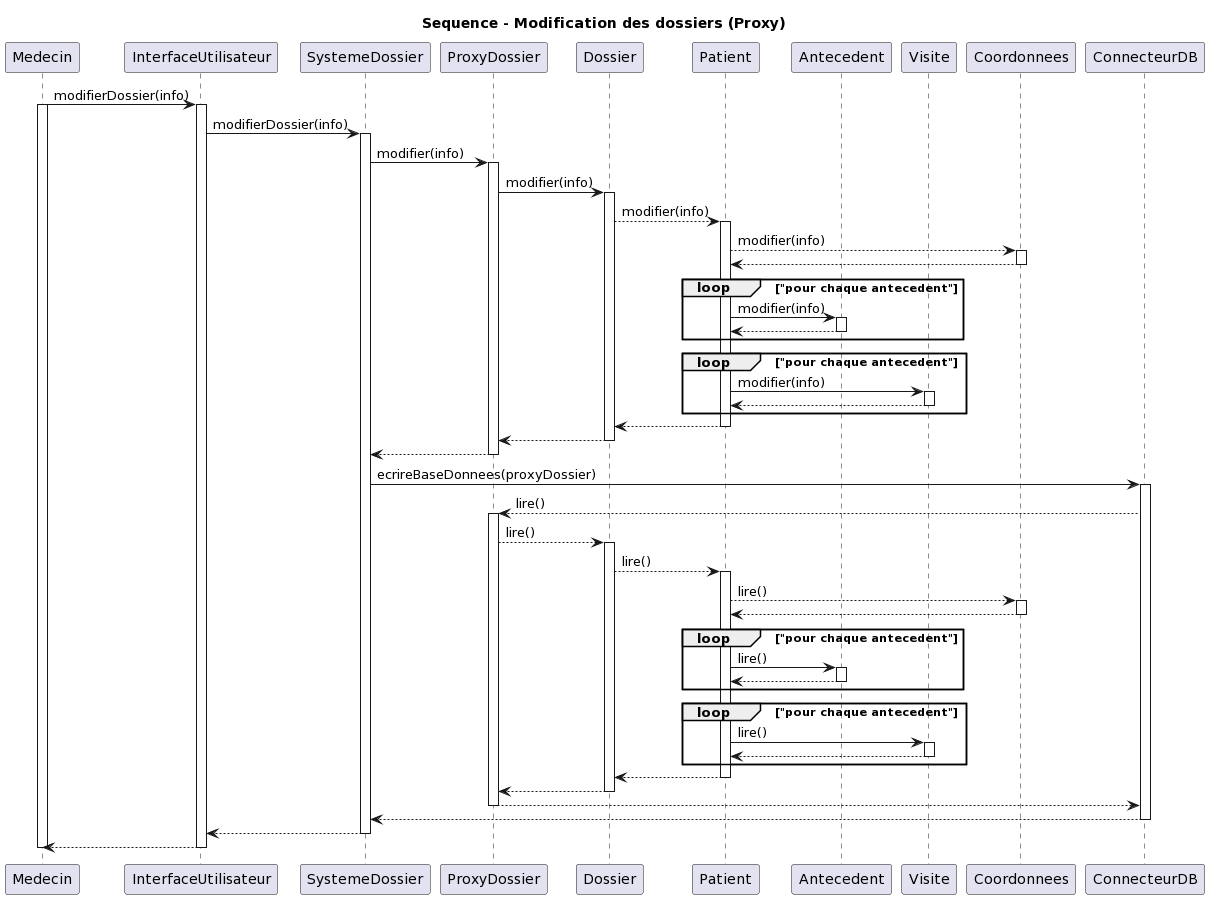
Earlier version of the PlantUML export diagrammes/PROXYSEQ.png (vbrayuqam/projet-genielog). Its diagram source:
```plantuml
@startuml
title Sequence - Modification des dossiers (Proxy)

participant Medecin as M
participant InterfaceUtilisateur as U
participant SystemeDossier as S
participant ProxyDossier as PD
participant Dossier as D
participant Patient as P
participant Antecedent as A
participant Visite as V
participant Coordonnees as C
participant ConnecteurDB as DB


M -> U: modifierDossier(info)
activate M
activate U
U -> S: modifierDossier(info)
activate S
S -> PD: modifier(info)
activate PD
PD -> D: modifier(info)
activate D
D --> P: modifier(info)
activate P
P --> C: modifier(info)
activate C
C --> P
deactivate C

loop "pour chaque antecedent"
  P -> A: modifier(info)
  activate A
  A --> P
  deactivate A
end loop

loop "pour chaque antecedent"
  P -> V: modifier(info)
  activate V
  V --> P
  deactivate V
end loop

P --> D
deactivate P
D --> PD
deactivate D
PD --> S
deactivate PD
S -> DB: ecrireBaseDonnees(proxyDossier)
activate DB
DB --> PD: lire()
activate PD
PD --> D: lire()
activate D



D --> P: lire()
activate P
P --> C: lire()
activate C
C --> P
deactivate C

loop "pour chaque antecedent"
  P -> A: lire()
  activate A
  A --> P
  deactivate A
end loop

loop "pour chaque antecedent"
  P -> V: lire()
  activate V
  V --> P
  deactivate V
end loop

P --> D
deactivate P
D --> PD
deactivate D
PD --> DB
deactivate PD


DB --> S
deactivate DB
S --> U
deactivate S
U --> M
deactivate U
deactivate M
@enduml
```
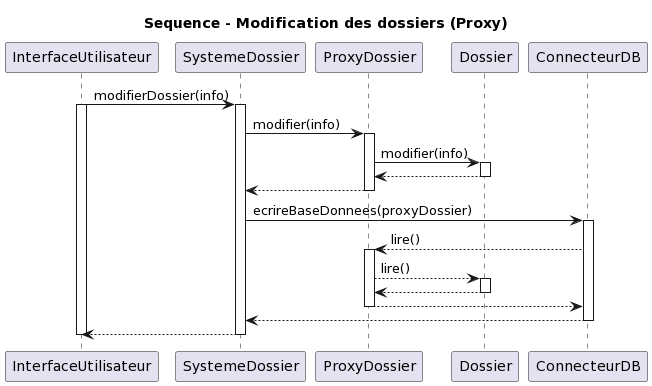
Later version of the same file.

Commit message:
modif proxy

The edit, as a diff of the source:
```diff
@@ -1,50 +1,20 @@
 @startuml
 title Sequence - Modification des dossiers (Proxy)
 
-participant Medecin as M
+
 participant InterfaceUtilisateur as U
 participant SystemeDossier as S
 participant ProxyDossier as PD
 participant Dossier as D
-participant Patient as P
-participant Antecedent as A
-participant Visite as V
-participant Coordonnees as C
 participant ConnecteurDB as DB
 
-
-M -> U: modifierDossier(info)
-activate M
+U -> S: modifierDossier(info)
 activate U
-U -> S: modifierDossier(info)
 activate S
 S -> PD: modifier(info)
 activate PD
 PD -> D: modifier(info)
 activate D
-D --> P: modifier(info)
-activate P
-P --> C: modifier(info)
-activate C
-C --> P
-deactivate C
-
-loop "pour chaque antecedent"
-  P -> A: modifier(info)
-  activate A
-  A --> P
-  deactivate A
-end loop
-
-loop "pour chaque antecedent"
-  P -> V: modifier(info)
-  activate V
-  V --> P
-  deactivate V
-end loop
-
-P --> D
-deactivate P
 D --> PD
 deactivate D
 PD --> S
@@ -55,43 +25,13 @@
 activate PD
 PD --> D: lire()
 activate D
-
-
-
-D --> P: lire()
-activate P
-P --> C: lire()
-activate C
-C --> P
-deactivate C
-
-loop "pour chaque antecedent"
-  P -> A: lire()
-  activate A
-  A --> P
-  deactivate A
-end loop
-
-loop "pour chaque antecedent"
-  P -> V: lire()
-  activate V
-  V --> P
-  deactivate V
-end loop
-
-P --> D
-deactivate P
 D --> PD
 deactivate D
 PD --> DB
 deactivate PD
-
-
 DB --> S
 deactivate DB
 S --> U
 deactivate S
-U --> M
 deactivate U
-deactivate M
 @enduml
```
